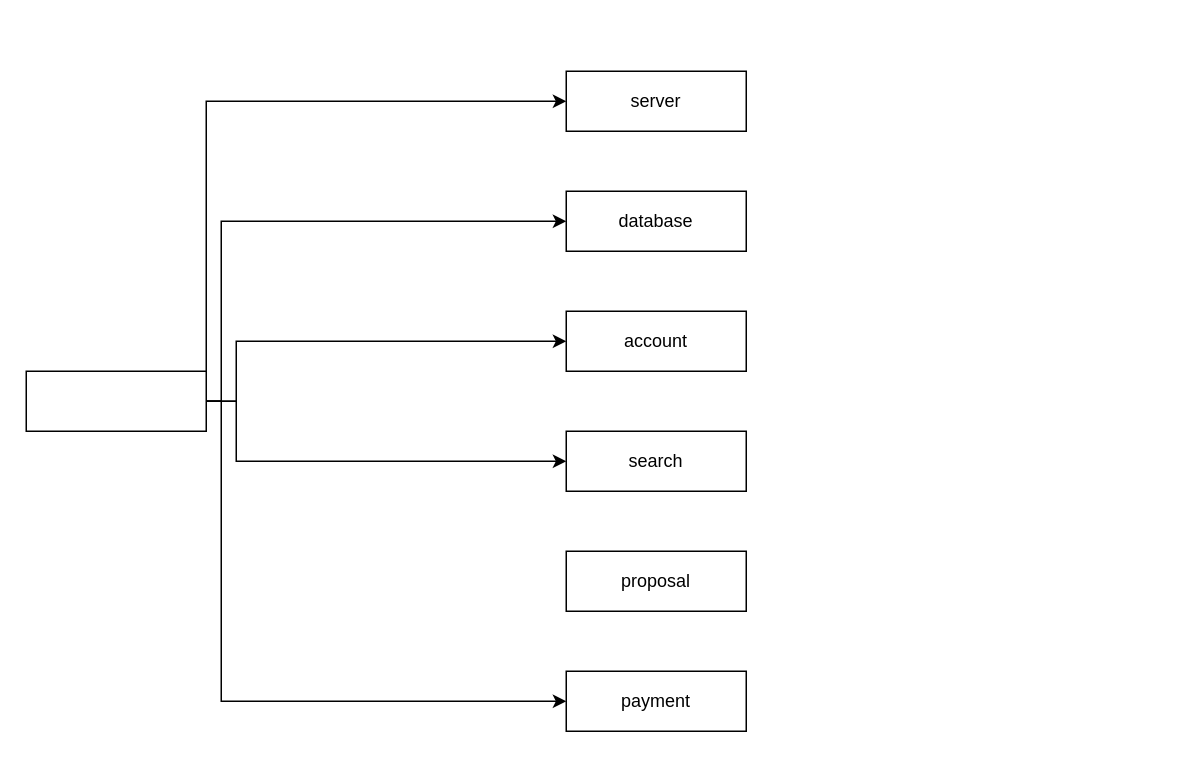
Earlier version of the draw.io diagram collaboration diagram lab9.drawio (Jainil2004/SEPM). Source tidied: cells renumbered, new cells numbered last; positions are measured from the earlier drawing's top-left corner, leaving out a move shared by most shapes. Both pictures are drawn from the tidied source at 150%, with x=0, y=0 at pixel (26, 70).
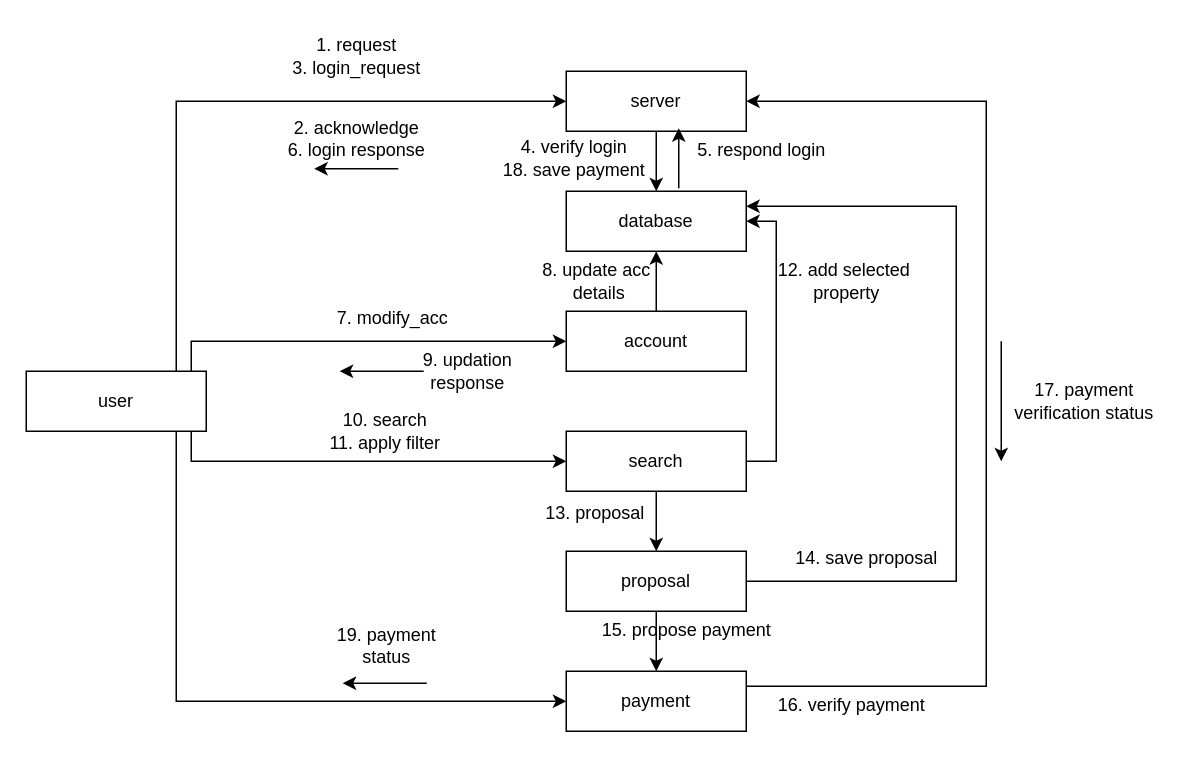
After the change.

The change refers to these unchanged cells:
```xml
<mxCell id="2" value="server" style="rounded=0;whiteSpace=wrap;html=1;" parent="1" vertex="1">
  <mxGeometry x="360" width="120" height="40" as="geometry" />
</mxCell>
<mxCell id="3" value="database" style="rounded=0;whiteSpace=wrap;html=1;" parent="1" vertex="1">
  <mxGeometry x="360" y="80" width="120" height="40" as="geometry" />
</mxCell>
<mxCell id="4" value="account" style="rounded=0;whiteSpace=wrap;html=1;" parent="1" vertex="1">
  <mxGeometry x="360" y="160" width="120" height="40" as="geometry" />
</mxCell>
<mxCell id="5" value="search" style="rounded=0;whiteSpace=wrap;html=1;" parent="1" vertex="1">
  <mxGeometry x="360" y="240" width="120" height="40" as="geometry" />
</mxCell>
<mxCell id="6" value="proposal" style="rounded=0;whiteSpace=wrap;html=1;" parent="1" vertex="1">
  <mxGeometry x="360" y="320" width="120" height="40" as="geometry" />
</mxCell>
<mxCell id="7" value="payment" style="rounded=0;whiteSpace=wrap;html=1;" parent="1" vertex="1">
  <mxGeometry x="360" y="400" width="120" height="40" as="geometry" />
</mxCell>
```

The edit, as a diff of the source:
```diff
@@
+    <mxCell id="14" style="edgeStyle=orthogonalEdgeStyle;rounded=0;jettySize=auto;html=1;entryX=0.5;entryY=0;entryDx=0;entryDy=0;" parent="1" edge="1" source="2" target="3">
+      <mxGeometry relative="1" as="geometry" />
+    </mxCell>
@@
+    <mxCell id="15" style="edgeStyle=orthogonalEdgeStyle;rounded=0;jettySize=auto;html=1;entryX=0.5;entryY=1;entryDx=0;entryDy=0;" parent="1" edge="1" source="4" target="3">
+      <mxGeometry relative="1" as="geometry" />
+    </mxCell>
@@
+    <mxCell id="16" style="edgeStyle=orthogonalEdgeStyle;rounded=0;jettySize=auto;html=1;exitX=0.5;exitY=1;exitDx=0;exitDy=0;entryX=0.5;entryY=0;entryDx=0;entryDy=0;" parent="1" edge="1" source="5" target="6">
+      <mxGeometry relative="1" as="geometry" />
+    </mxCell>
+    <mxCell id="17" style="edgeStyle=orthogonalEdgeStyle;rounded=0;jettySize=auto;html=1;entryX=1;entryY=0.5;entryDx=0;entryDy=0;" parent="1" edge="1" source="5" target="3">
+      <mxGeometry relative="1" as="geometry">
+        <Array as="points">
+          <mxPoint x="500" y="260" />
+          <mxPoint x="500" y="100" />
+        </Array>
+      </mxGeometry>
+    </mxCell>
@@
+    <mxCell id="18" style="edgeStyle=orthogonalEdgeStyle;rounded=0;jettySize=auto;html=1;entryX=1;entryY=0.25;entryDx=0;entryDy=0;" parent="1" edge="1" source="6" target="3">
+      <mxGeometry relative="1" as="geometry">
+        <Array as="points">
+          <mxPoint x="620" y="340" />
+          <mxPoint x="620" y="90" />
+        </Array>
+      </mxGeometry>
+    </mxCell>
+    <mxCell id="19" style="edgeStyle=orthogonalEdgeStyle;rounded=0;jettySize=auto;html=1;entryX=0.5;entryY=0;entryDx=0;entryDy=0;" parent="1" edge="1" source="6" target="7">
+      <mxGeometry relative="1" as="geometry" />
+    </mxCell>
@@
+    <mxCell id="20" style="edgeStyle=orthogonalEdgeStyle;rounded=0;jettySize=auto;html=1;exitX=1;exitY=0.25;exitDx=0;exitDy=0;entryX=1;entryY=0.5;entryDx=0;entryDy=0;" parent="1" edge="1" source="7" target="2">
+      <mxGeometry relative="1" as="geometry">
+        <Array as="points">
+          <mxPoint x="640" y="410" />
+          <mxPoint x="640" y="20" />
+        </Array>
+      </mxGeometry>
+    </mxCell>
@@
     <mxCell id="8" style="edgeStyle=orthogonalEdgeStyle;rounded=0;jettySize=auto;html=1;entryX=0;entryY=0.5;entryDx=0;entryDy=0;" parent="1" edge="1" source="13" target="2">
       <mxGeometry relative="1" as="geometry">
         <Array as="points">
-          <mxPoint x="120" y="20" />
+          <mxPoint x="100" y="20" />
         </Array>
       </mxGeometry>
     </mxCell>
-    <mxCell id="9" style="edgeStyle=orthogonalEdgeStyle;rounded=0;jettySize=auto;html=1;entryX=0;entryY=0.5;entryDx=0;entryDy=0;" parent="1" edge="1" source="13" target="3">
-      <mxGeometry relative="1" as="geometry">
-        <Array as="points">
-          <mxPoint x="130" y="220" />
-          <mxPoint x="130" y="100" />
-        </Array>
-      </mxGeometry>
-    </mxCell>
     <mxCell id="10" style="edgeStyle=orthogonalEdgeStyle;rounded=0;jettySize=auto;html=1;entryX=0;entryY=0.5;entryDx=0;entryDy=0;" parent="1" edge="1" source="13" target="4">
       <mxGeometry relative="1" as="geometry">
         <Array as="points">
-          <mxPoint x="140" y="220" />
-          <mxPoint x="140" y="180" />
+          <mxPoint x="110" y="180" />
         </Array>
       </mxGeometry>
     </mxCell>
     <mxCell id="11" style="edgeStyle=orthogonalEdgeStyle;rounded=0;jettySize=auto;html=1;entryX=0;entryY=0.5;entryDx=0;entryDy=0;" parent="1" edge="1" source="13" target="5">
       <mxGeometry relative="1" as="geometry">
         <Array as="points">
-          <mxPoint x="140" y="220" />
-          <mxPoint x="140" y="260" />
+          <mxPoint x="110" y="260" />
         </Array>
       </mxGeometry>
     </mxCell>
     <mxCell id="12" style="edgeStyle=orthogonalEdgeStyle;rounded=0;jettySize=auto;html=1;entryX=0;entryY=0.5;entryDx=0;entryDy=0;" parent="1" edge="1" source="13" target="7">
       <mxGeometry relative="1" as="geometry">
         <Array as="points">
-          <mxPoint x="130" y="220" />
-          <mxPoint x="130" y="420" />
+          <mxPoint x="100" y="420" />
         </Array>
       </mxGeometry>
     </mxCell>
-    <mxCell id="13" style="rounded=0;whiteSpace=wrap;html=1;" parent="1" vertex="1">
+    <mxCell id="13" value="user" style="rounded=0;whiteSpace=wrap;html=1;" parent="1" vertex="1">
       <mxGeometry y="200" width="120" height="40" as="geometry" />
     </mxCell>
+    <mxCell id="21" value="&lt;div&gt;1. request&lt;/div&gt;&lt;div&gt;3. login_request&lt;br&gt;&lt;/div&gt;" style="text;html=1;align=center;verticalAlign=middle;strokeColor=none;fillColor=none;" parent="1" vertex="1">
+      <mxGeometry x="165" y="-30" width="110" height="40" as="geometry" />
+    </mxCell>
+    <mxCell id="22" value="&lt;div&gt;2. acknowledge&lt;/div&gt;&lt;div&gt;6. login response&lt;br&gt;&lt;/div&gt;" style="text;html=1;align=center;verticalAlign=middle;strokeColor=none;fillColor=none;" parent="1" vertex="1">
+      <mxGeometry x="165" y="25" width="110" height="40" as="geometry" />
+    </mxCell>
+    <mxCell id="23" value="&lt;div&gt;4. verify login&lt;/div&gt;&lt;div&gt;18. save payment&lt;br&gt;&lt;/div&gt;" style="text;html=1;align=center;verticalAlign=middle;strokeColor=none;fillColor=none;" parent="1" vertex="1">
+      <mxGeometry x="305" y="38" width="120" height="40" as="geometry" />
+    </mxCell>
+    <mxCell id="24" value="5. respond login" style="text;html=1;align=center;verticalAlign=middle;strokeColor=none;fillColor=none;" parent="1" vertex="1">
+      <mxGeometry x="435" y="38" width="110" height="30" as="geometry" />
+    </mxCell>
+    <mxCell id="25" value="7. modify_acc" style="text;html=1;align=center;verticalAlign=middle;strokeColor=none;fillColor=none;" parent="1" vertex="1">
+      <mxGeometry x="194" y="150" width="100" height="30" as="geometry" />
+    </mxCell>
+    <mxCell id="26" value="&lt;div&gt;8. update acc&lt;/div&gt;&lt;div&gt;&amp;nbsp;details&lt;/div&gt;" style="text;html=1;align=center;verticalAlign=middle;strokeColor=none;fillColor=none;" parent="1" vertex="1">
+      <mxGeometry x="335" y="120" width="90" height="40" as="geometry" />
+    </mxCell>
+    <mxCell id="27" value="&lt;div&gt;9. updation&lt;/div&gt;&lt;div&gt;response&lt;/div&gt;" style="text;html=1;align=center;verticalAlign=middle;strokeColor=none;fillColor=none;" parent="1" vertex="1">
+      <mxGeometry x="254" y="180" width="80" height="40" as="geometry" />
+    </mxCell>
+    <mxCell id="28" style="endArrow=classic;html=1;rounded=0;" parent="1" edge="1">
+      <mxGeometry relative="1" as="geometry">
+        <mxPoint x="265" y="200" as="sourcePoint" />
+        <mxPoint x="209" y="200" as="targetPoint" />
+      </mxGeometry>
+    </mxCell>
+    <mxCell id="29" style="endArrow=classic;html=1;rounded=0;" parent="1" edge="1">
+      <mxGeometry relative="1" as="geometry">
+        <mxPoint x="267" y="408" as="sourcePoint" />
+        <mxPoint x="211" y="408" as="targetPoint" />
+      </mxGeometry>
+    </mxCell>
+    <mxCell id="30" style="endArrow=classic;html=1;rounded=0;" parent="1" edge="1">
+      <mxGeometry relative="1" as="geometry">
+        <mxPoint x="248" y="65" as="sourcePoint" />
+        <mxPoint x="192" y="65" as="targetPoint" />
+      </mxGeometry>
+    </mxCell>
+    <mxCell id="31" style="endArrow=classic;html=1;rounded=0;" parent="1" edge="1">
+      <mxGeometry relative="1" as="geometry">
+        <mxPoint x="435" y="78" as="sourcePoint" />
+        <mxPoint x="435" y="38" as="targetPoint" />
+      </mxGeometry>
+    </mxCell>
+    <mxCell id="32" value="&lt;div&gt;10. search&lt;/div&gt;&lt;div&gt;11. apply filter&lt;br&gt;&lt;/div&gt;" style="text;html=1;align=center;verticalAlign=middle;strokeColor=none;fillColor=none;" parent="1" vertex="1">
+      <mxGeometry x="194" y="220" width="90" height="40" as="geometry" />
+    </mxCell>
+    <mxCell id="33" value="13. proposal " style="text;html=1;align=center;verticalAlign=middle;strokeColor=none;fillColor=none;" parent="1" vertex="1">
+      <mxGeometry x="334" y="280" width="90" height="30" as="geometry" />
+    </mxCell>
+    <mxCell id="34" value="&lt;div&gt;12. add selected&lt;/div&gt;&lt;div&gt;&amp;nbsp;property&lt;/div&gt;" style="text;html=1;align=center;verticalAlign=middle;strokeColor=none;fillColor=none;" parent="1" vertex="1">
+      <mxGeometry x="490" y="120" width="110" height="40" as="geometry" />
+    </mxCell>
+    <mxCell id="35" value="14. save proposal" style="text;html=1;align=center;verticalAlign=middle;strokeColor=none;fillColor=none;" parent="1" vertex="1">
+      <mxGeometry x="500" y="310" width="120" height="30" as="geometry" />
+    </mxCell>
+    <mxCell id="36" value="15. propose payment" style="text;html=1;align=center;verticalAlign=middle;strokeColor=none;fillColor=none;" parent="1" vertex="1">
+      <mxGeometry x="375" y="358" width="130" height="30" as="geometry" />
+    </mxCell>
+    <mxCell id="37" value="16. verify payment" style="text;html=1;align=center;verticalAlign=middle;strokeColor=none;fillColor=none;" parent="1" vertex="1">
+      <mxGeometry x="490" y="408" width="120" height="30" as="geometry" />
+    </mxCell>
+    <mxCell id="38" style="endArrow=classic;html=1;rounded=0;" parent="1" edge="1">
+      <mxGeometry relative="1" as="geometry">
+        <mxPoint x="650" y="180" as="sourcePoint" />
+        <mxPoint x="650" y="260" as="targetPoint" />
+      </mxGeometry>
+    </mxCell>
+    <mxCell id="39" value="&lt;div&gt;17. payment&lt;/div&gt;&lt;div&gt;verification status&lt;/div&gt;" style="text;html=1;align=center;verticalAlign=middle;strokeColor=none;fillColor=none;" parent="1" vertex="1">
+      <mxGeometry x="650" y="200" width="110" height="40" as="geometry" />
+    </mxCell>
+    <mxCell id="40" value="&lt;div&gt;19. payment&lt;/div&gt;&lt;div&gt;status&lt;br&gt;&lt;/div&gt;" style="text;html=1;align=center;verticalAlign=middle;strokeColor=none;fillColor=none;" parent="1" vertex="1">
+      <mxGeometry x="195" y="363" width="90" height="40" as="geometry" />
+    </mxCell>
```
